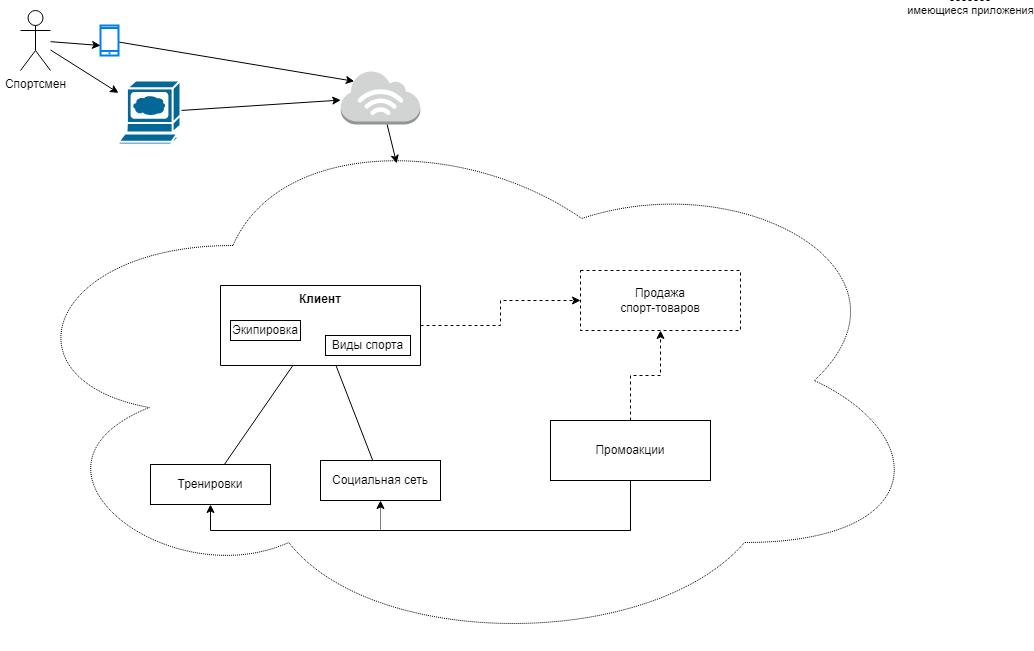
Before: docs/img/SkillBox_dip_basic.png, a diagram exported from draw.io (aibolnu/dip_skillbox_2024). Source tidied: cells renumbered, new cells last; positions are measured from the earlier drawing's top-left corner, leaving out a move shared by most shapes.
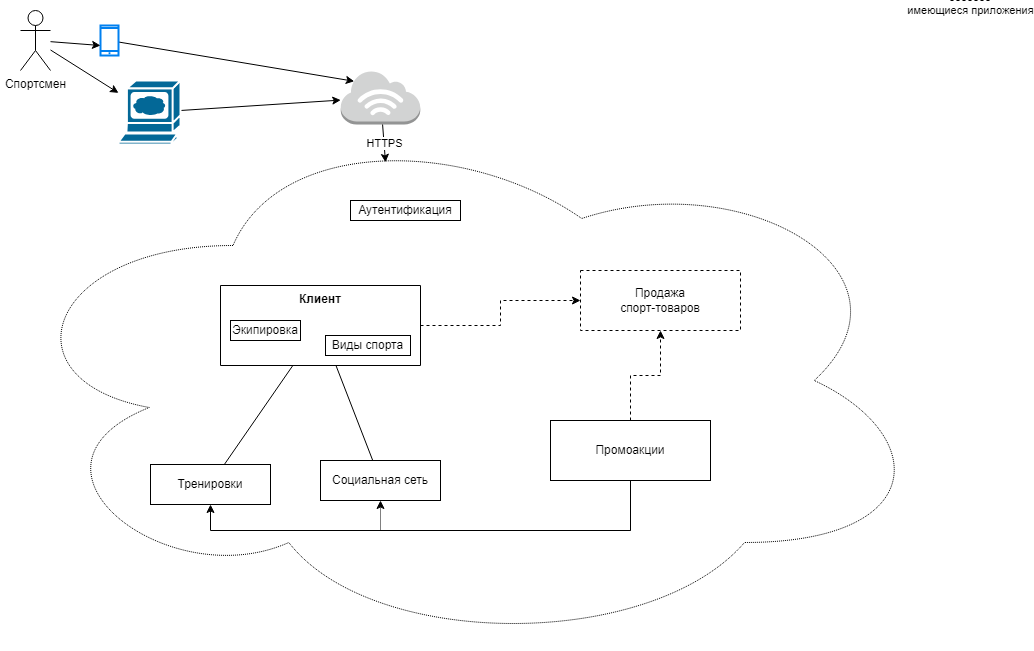
The same diagram one commit later.

What changed in the source:
```diff
@@ -68,7 +68,7 @@
     <mxCell id="20" style="outlineConnect=0;dashed=0;verticalLabelPosition=bottom;verticalAlign=top;align=center;html=1;shape=mxgraph.aws3.internet_3;fillColor=#D2D3D3;gradientColor=none;" parent="1" vertex="1">
       <mxGeometry x="340.2" y="70" width="79.5" height="54" as="geometry" />
     </mxCell>
-    <mxCell id="21" style="rounded=0;jettySize=auto;html=1;entryX=0.426;entryY=0.098;entryDx=0;entryDy=0;entryPerimeter=0;" parent="1" edge="1" source="20" target="2">
+    <mxCell id="21" value="HTTPS" style="rounded=0;jettySize=auto;html=1;entryX=0.414;entryY=0.096;entryDx=0;entryDy=0;entryPerimeter=0;" parent="1" edge="1" source="20" target="2">
       <mxGeometry relative="1" as="geometry" />
     </mxCell>
     <mxCell id="22" value="имеющиеся приложения" style="edgeStyle=orthogonalEdgeStyle;rounded=0;orthogonalLoop=1;jettySize=auto;html=1;dashed=1;endArrow=none;endFill=0;" parent="1" edge="1">
@@ -90,5 +90,8 @@
     <mxCell id="25" style="rounded=0;jettySize=auto;html=1;" parent="1" edge="1" source="16" target="24">
       <mxGeometry relative="1" as="geometry" />
     </mxCell>
+    <mxCell id="26" value="Аутентификация" style="rounded=0;whiteSpace=wrap;html=1;" parent="1" vertex="1">
+      <mxGeometry x="350" y="200" width="110" height="20" as="geometry" />
+    </mxCell>
   </root>
 </mxGraphModel>
```
